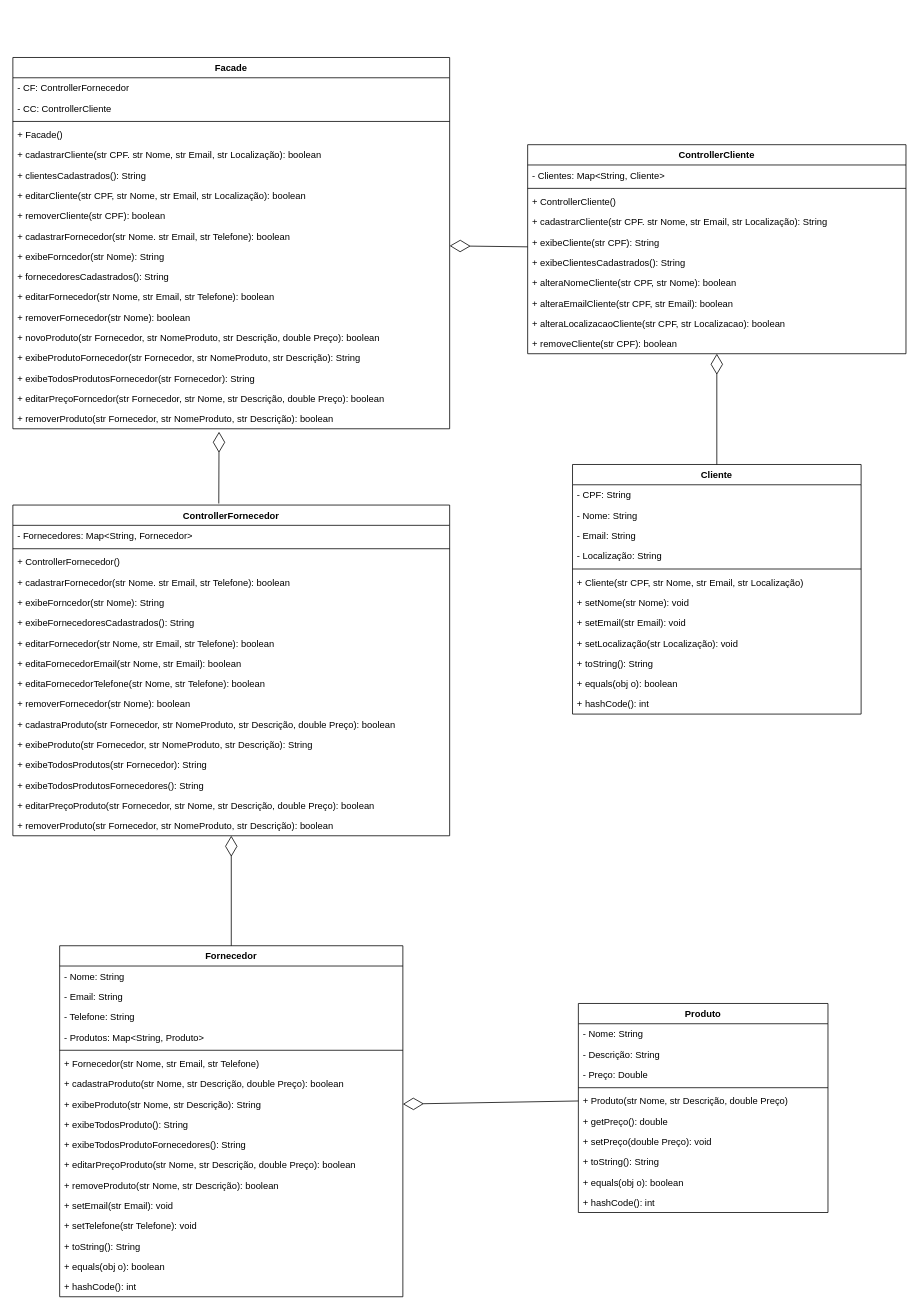
Earlier version of the draw.io diagram Lab05 - Diagrama 1.drawio (lulnetto/Lab05). Source tidied: cells renumbered, new cells numbered last; positions are measured from the earlier drawing's top-left corner, leaving out a move shared by most shapes. Both pictures are drawn from the tidied source at 78%, with x=0, y=0 at pixel (12, 57).
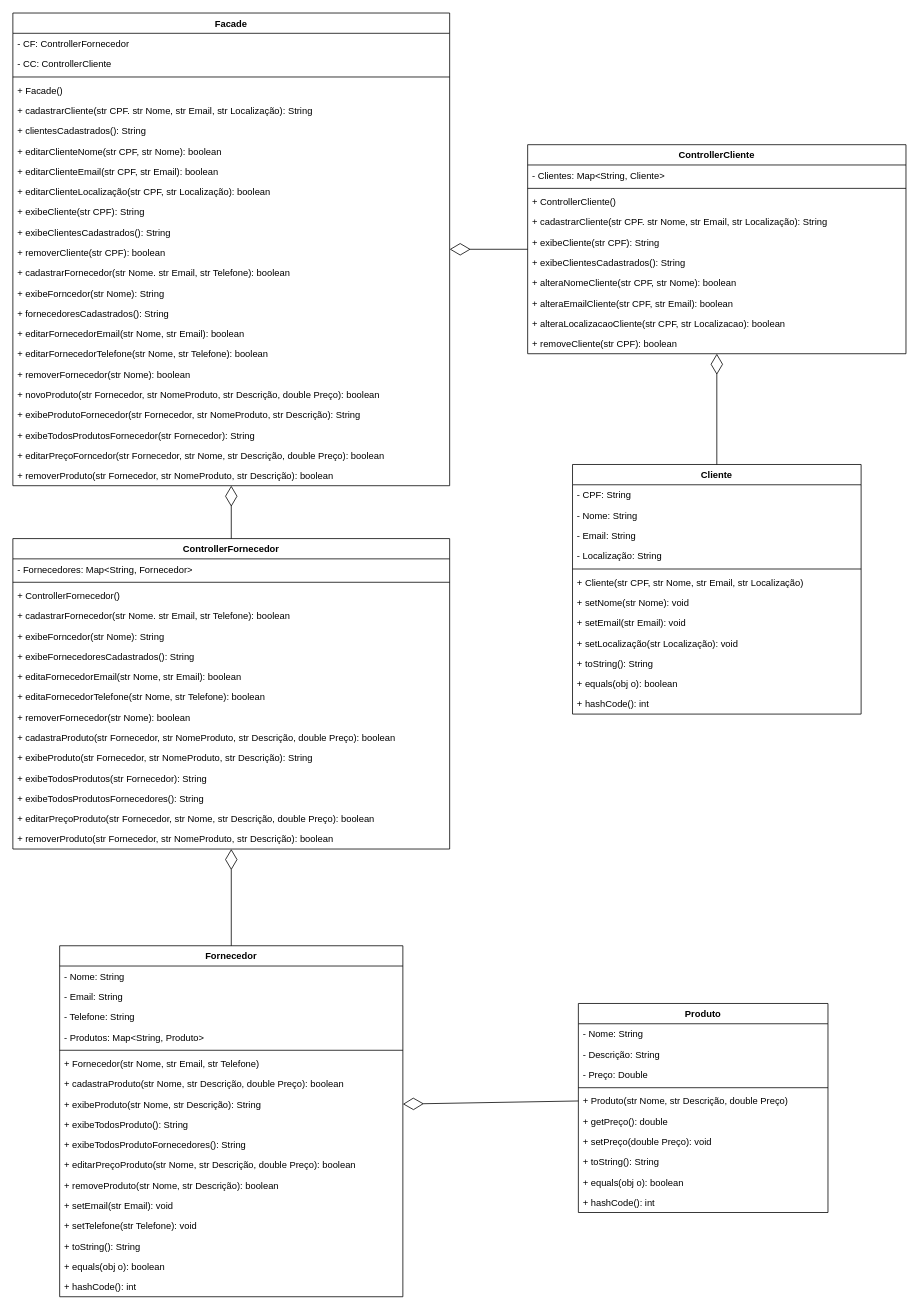
The same page after the edit.

The edit, as a diff of the source:
```diff
@@
     <mxCell id="2" value="ControllerFornecedor" style="swimlane;fontStyle=1;align=center;verticalAlign=top;horizontal=1;startSize=26;" parent="1" vertex="1">
-      <mxGeometry y="574" width="560" height="424" as="geometry" />
+      <mxGeometry y="617" width="560" height="398" as="geometry" />
     </mxCell>
@@
-    <mxCell id="9" value="+ editarFornecedor(str Nome, str Email, str Telefone): boolean" style="text;strokeColor=none;fillColor=none;align=left;verticalAlign=top;spacingLeft=4;spacingRight=4;overflow=hidden;" parent="2" vertex="1">
-      <mxGeometry y="164" width="560" height="26" as="geometry" />
-    </mxCell>
     <mxCell id="10" value="+ editaFornecedorEmail(str Nome, str Email): boolean" style="text;strokeColor=none;fillColor=none;align=left;verticalAlign=top;spacingLeft=4;spacingRight=4;overflow=hidden;" parent="2" vertex="1">
-      <mxGeometry y="190" width="560" height="26" as="geometry" />
+      <mxGeometry y="164" width="560" height="26" as="geometry" />
     </mxCell>
     <mxCell id="11" value="+ editaFornecedorTelefone(str Nome, str Telefone): boolean" style="text;strokeColor=none;fillColor=none;align=left;verticalAlign=top;spacingLeft=4;spacingRight=4;overflow=hidden;" parent="2" vertex="1">
-      <mxGeometry y="216" width="560" height="26" as="geometry" />
+      <mxGeometry y="190" width="560" height="26" as="geometry" />
     </mxCell>
     <mxCell id="12" value="+ removerFornecedor(str Nome): boolean" style="text;strokeColor=none;fillColor=none;align=left;verticalAlign=top;spacingLeft=4;spacingRight=4;overflow=hidden;" parent="2" vertex="1">
-      <mxGeometry y="242" width="560" height="26" as="geometry" />
+      <mxGeometry y="216" width="560" height="26" as="geometry" />
     </mxCell>
     <mxCell id="13" value="+ cadastraProduto(str Fornecedor, str NomeProduto, str Descrição, double Preço): boolean" style="text;strokeColor=none;fillColor=none;align=left;verticalAlign=top;spacingLeft=4;spacingRight=4;overflow=hidden;" parent="2" vertex="1">
-      <mxGeometry y="268" width="560" height="26" as="geometry" />
+      <mxGeometry y="242" width="560" height="26" as="geometry" />
     </mxCell>
     <mxCell id="14" value="+ exibeProduto(str Fornecedor, str NomeProduto, str Descrição): String" style="text;strokeColor=none;fillColor=none;align=left;verticalAlign=top;spacingLeft=4;spacingRight=4;overflow=hidden;" parent="2" vertex="1">
-      <mxGeometry y="294" width="560" height="26" as="geometry" />
+      <mxGeometry y="268" width="560" height="26" as="geometry" />
     </mxCell>
     <mxCell id="15" value="+ exibeTodosProdutos(str Fornecedor): String" style="text;strokeColor=none;fillColor=none;align=left;verticalAlign=top;spacingLeft=4;spacingRight=4;overflow=hidden;" parent="2" vertex="1">
-      <mxGeometry y="320" width="560" height="26" as="geometry" />
+      <mxGeometry y="294" width="560" height="26" as="geometry" />
     </mxCell>
     <mxCell id="16" value="+ exibeTodosProdutosFornecedores(): String" style="text;strokeColor=none;fillColor=none;align=left;verticalAlign=top;spacingLeft=4;spacingRight=4;overflow=hidden;" parent="2" vertex="1">
-      <mxGeometry y="346" width="560" height="26" as="geometry" />
+      <mxGeometry y="320" width="560" height="26" as="geometry" />
     </mxCell>
     <mxCell id="17" value="+ editarPreçoProduto(str Fornecedor, str Nome, str Descrição, double Preço): boolean" style="text;strokeColor=none;fillColor=none;align=left;verticalAlign=top;spacingLeft=4;spacingRight=4;overflow=hidden;" parent="2" vertex="1">
-      <mxGeometry y="372" width="560" height="26" as="geometry" />
+      <mxGeometry y="346" width="560" height="26" as="geometry" />
     </mxCell>
     <mxCell id="18" value="+ removerProduto(str Fornecedor, str NomeProduto, str Descrição): boolean" style="text;strokeColor=none;fillColor=none;align=left;verticalAlign=top;spacingLeft=4;spacingRight=4;overflow=hidden;" parent="2" vertex="1">
-      <mxGeometry y="398" width="560" height="26" as="geometry" />
+      <mxGeometry y="372" width="560" height="26" as="geometry" />
     </mxCell>
@@
     <mxCell id="64" value="Facade" style="swimlane;fontStyle=1;align=center;verticalAlign=top;horizontal=1;startSize=26;" parent="1" vertex="1">
-      <mxGeometry y="0.2" width="560" height="476" as="geometry" />
+      <mxGeometry y="-56.8" width="560" height="606" as="geometry" />
     </mxCell>
@@
-    <mxCell id="69" value="+ cadastrarCliente(str CPF. str Nome, str Email, str Localização): boolean" style="text;strokeColor=none;fillColor=none;align=left;verticalAlign=top;spacingLeft=4;spacingRight=4;overflow=hidden;" parent="64" vertex="1">
+    <mxCell id="69" value="+ cadastrarCliente(str CPF. str Nome, str Email, str Localização): String" style="text;strokeColor=none;fillColor=none;align=left;verticalAlign=top;spacingLeft=4;spacingRight=4;overflow=hidden;" parent="64" vertex="1">
       <mxGeometry y="112" width="560" height="26" as="geometry" />
     </mxCell>
@@
-    <mxCell id="71" value="+ editarCliente(str CPF, str Nome, str Email, str Localização): boolean" style="text;strokeColor=none;fillColor=none;align=left;verticalAlign=top;spacingLeft=4;spacingRight=4;overflow=hidden;" parent="64" vertex="1">
+    <mxCell id="71" value="+ editarClienteNome(str CPF, str Nome): boolean" style="text;strokeColor=none;fillColor=none;align=left;verticalAlign=top;spacingLeft=4;spacingRight=4;overflow=hidden;" parent="64" vertex="1">
       <mxGeometry y="164" width="560" height="26" as="geometry" />
     </mxCell>
+    <mxCell id="96" value="+ editarClienteEmail(str CPF, str Email): boolean" style="text;strokeColor=none;fillColor=none;align=left;verticalAlign=top;spacingLeft=4;spacingRight=4;overflow=hidden;" parent="64" vertex="1">
+      <mxGeometry y="190" width="560" height="26" as="geometry" />
+    </mxCell>
+    <mxCell id="97" value="+ editarClienteLocalização(str CPF, str Localização): boolean" style="text;strokeColor=none;fillColor=none;align=left;verticalAlign=top;spacingLeft=4;spacingRight=4;overflow=hidden;" parent="64" vertex="1">
+      <mxGeometry y="216" width="560" height="26" as="geometry" />
+    </mxCell>
+    <mxCell id="98" value="+ exibeCliente(str CPF): String" style="text;strokeColor=none;fillColor=none;align=left;verticalAlign=top;spacingLeft=4;spacingRight=4;overflow=hidden;" parent="64" vertex="1">
+      <mxGeometry y="242" width="560" height="26" as="geometry" />
+    </mxCell>
+    <mxCell id="99" value="+ exibeClientesCadastrados(): String" style="text;strokeColor=none;fillColor=none;align=left;verticalAlign=top;spacingLeft=4;spacingRight=4;overflow=hidden;" parent="64" vertex="1">
+      <mxGeometry y="268" width="560" height="26" as="geometry" />
+    </mxCell>
     <mxCell id="72" value="+ removerCliente(str CPF): boolean" style="text;strokeColor=none;fillColor=none;align=left;verticalAlign=top;spacingLeft=4;spacingRight=4;overflow=hidden;" parent="64" vertex="1">
-      <mxGeometry y="190" width="560" height="26" as="geometry" />
+      <mxGeometry y="294" width="560" height="26" as="geometry" />
     </mxCell>
     <mxCell id="73" value="+ cadastrarFornecedor(str Nome. str Email, str Telefone): boolean" style="text;strokeColor=none;fillColor=none;align=left;verticalAlign=top;spacingLeft=4;spacingRight=4;overflow=hidden;" parent="64" vertex="1">
-      <mxGeometry y="216" width="560" height="26" as="geometry" />
+      <mxGeometry y="320" width="560" height="26" as="geometry" />
     </mxCell>
     <mxCell id="74" value="+ exibeForncedor(str Nome): String" style="text;strokeColor=none;fillColor=none;align=left;verticalAlign=top;spacingLeft=4;spacingRight=4;overflow=hidden;" parent="64" vertex="1">
-      <mxGeometry y="242" width="560" height="26" as="geometry" />
+      <mxGeometry y="346" width="560" height="26" as="geometry" />
     </mxCell>
     <mxCell id="75" value="+ fornecedoresCadastrados(): String" style="text;strokeColor=none;fillColor=none;align=left;verticalAlign=top;spacingLeft=4;spacingRight=4;overflow=hidden;" parent="64" vertex="1">
-      <mxGeometry y="268" width="560" height="26" as="geometry" />
+      <mxGeometry y="372" width="560" height="26" as="geometry" />
     </mxCell>
-    <mxCell id="76" value="+ editarFornecedor(str Nome, str Email, str Telefone): boolean" style="text;strokeColor=none;fillColor=none;align=left;verticalAlign=top;spacingLeft=4;spacingRight=4;overflow=hidden;" parent="64" vertex="1">
-      <mxGeometry y="294" width="560" height="26" as="geometry" />
+    <mxCell id="76" value="+ editarFornecedorEmail(str Nome, str Email): boolean" style="text;strokeColor=none;fillColor=none;align=left;verticalAlign=top;spacingLeft=4;spacingRight=4;overflow=hidden;" parent="64" vertex="1">
+      <mxGeometry y="398" width="560" height="26" as="geometry" />
     </mxCell>
+    <mxCell id="100" value="+ editarFornecedorTelefone(str Nome, str Telefone): boolean" style="text;strokeColor=none;fillColor=none;align=left;verticalAlign=top;spacingLeft=4;spacingRight=4;overflow=hidden;" parent="64" vertex="1">
+      <mxGeometry y="424" width="560" height="26" as="geometry" />
+    </mxCell>
     <mxCell id="77" value="+ removerFornecedor(str Nome): boolean" style="text;strokeColor=none;fillColor=none;align=left;verticalAlign=top;spacingLeft=4;spacingRight=4;overflow=hidden;" parent="64" vertex="1">
-      <mxGeometry y="320" width="560" height="26" as="geometry" />
+      <mxGeometry y="450" width="560" height="26" as="geometry" />
     </mxCell>
     <mxCell id="78" value="+ novoProduto(str Fornecedor, str NomeProduto, str Descrição, double Preço): boolean" style="text;strokeColor=none;fillColor=none;align=left;verticalAlign=top;spacingLeft=4;spacingRight=4;overflow=hidden;" parent="64" vertex="1">
-      <mxGeometry y="346" width="560" height="26" as="geometry" />
+      <mxGeometry y="476" width="560" height="26" as="geometry" />
     </mxCell>
     <mxCell id="79" value="+ exibeProdutoFornecedor(str Fornecedor, str NomeProduto, str Descrição): String" style="text;strokeColor=none;fillColor=none;align=left;verticalAlign=top;spacingLeft=4;spacingRight=4;overflow=hidden;" parent="64" vertex="1">
-      <mxGeometry y="372" width="560" height="26" as="geometry" />
+      <mxGeometry y="502" width="560" height="26" as="geometry" />
     </mxCell>
     <mxCell id="80" value="+ exibeTodosProdutosFornecedor(str Fornecedor): String" style="text;strokeColor=none;fillColor=none;align=left;verticalAlign=top;spacingLeft=4;spacingRight=4;overflow=hidden;" parent="64" vertex="1">
-      <mxGeometry y="398" width="560" height="26" as="geometry" />
+      <mxGeometry y="528" width="560" height="26" as="geometry" />
     </mxCell>
     <mxCell id="81" value="+ editarPreçoForncedor(str Fornecedor, str Nome, str Descrição, double Preço): boolean" style="text;strokeColor=none;fillColor=none;align=left;verticalAlign=top;spacingLeft=4;spacingRight=4;overflow=hidden;" parent="64" vertex="1">
-      <mxGeometry y="424" width="560" height="26" as="geometry" />
+      <mxGeometry y="554" width="560" height="26" as="geometry" />
     </mxCell>
     <mxCell id="82" value="+ removerProduto(str Fornecedor, str NomeProduto, str Descrição): boolean" style="text;strokeColor=none;fillColor=none;align=left;verticalAlign=top;spacingLeft=4;spacingRight=4;overflow=hidden;points=[[0,0.5],[1,0.5]];portConstraint=eastwest;" parent="64" vertex="1">
-      <mxGeometry y="450" width="560" height="26" as="geometry" />
+      <mxGeometry y="580" width="560" height="26" as="geometry" />
     </mxCell>
-    <mxCell id="83" style="endArrow=diamondThin;endFill=0;endSize=24;html=1;entryX=0.472;entryY=1.147;entryDx=0;entryDy=0;entryPerimeter=0;" parent="1" edge="1" target="82">
-      <mxGeometry relative="1" as="geometry">
-        <mxPoint x="264" y="572" as="sourcePoint" />
-      </mxGeometry>
+    <mxCell id="83" style="endArrow=diamondThin;endFill=0;endSize=24;html=1;" parent="1" edge="1" source="2" target="64">
+      <mxGeometry relative="1" as="geometry" />
     </mxCell>
```
